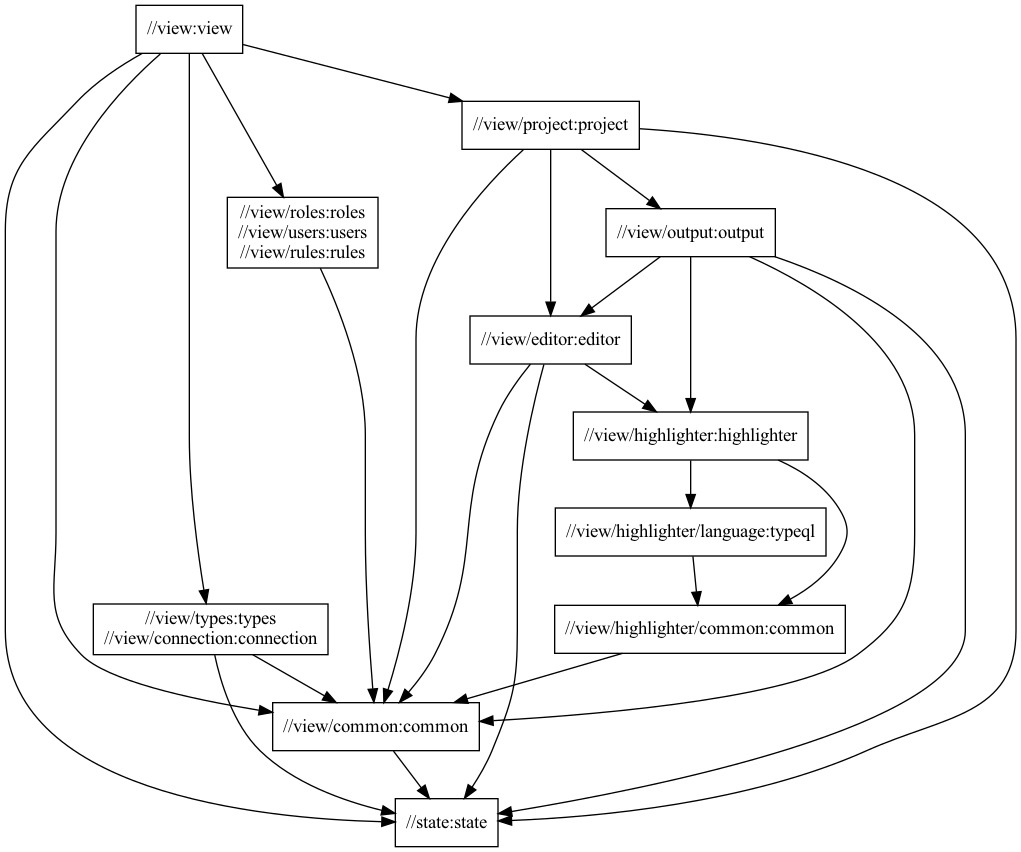
Earlier version of the Graphviz export docs/view-package-structure.png (typedb/typedb-studio). Its source is kept beside it as docs/view-package-structure.dot.
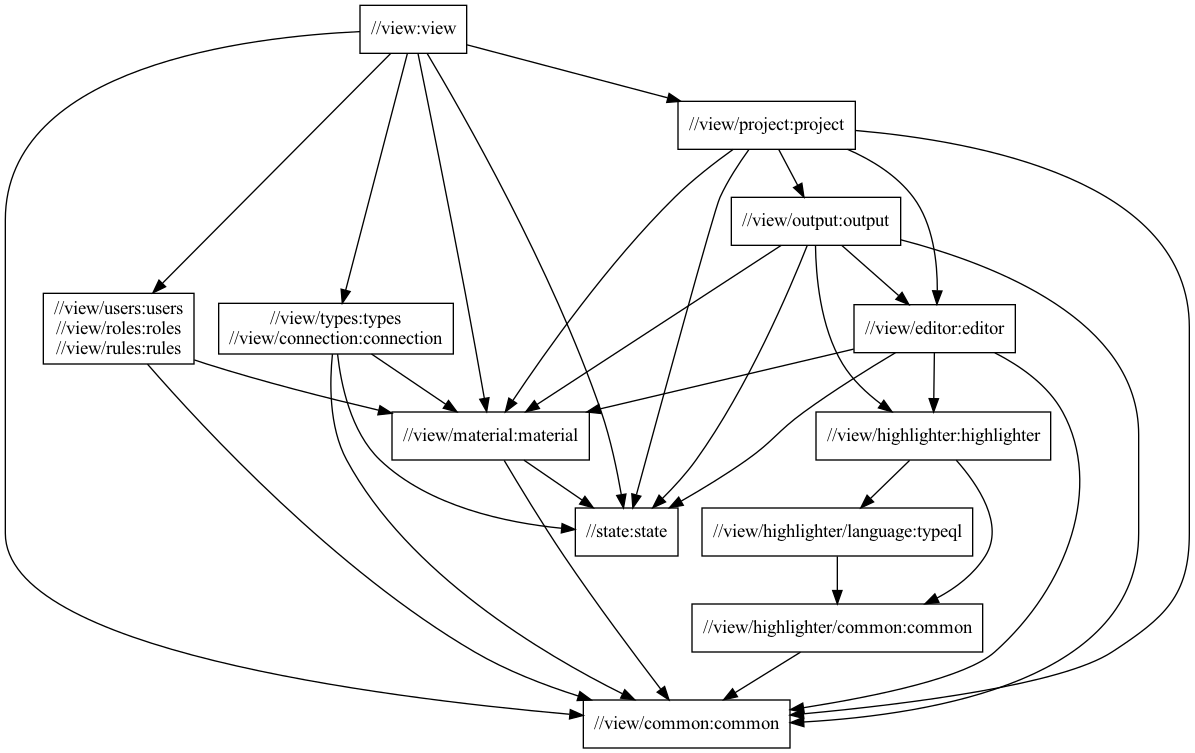
Above is the later version.

What changed in the source:
```diff
@@ -3,36 +3,44 @@
   "//view:view"
   "//view:view" -> "//view/common:common"
   "//view:view" -> "//view/types:types\n//view/connection:connection"
+  "//view:view" -> "//view/material:material"
   "//view:view" -> "//view/project:project"
-  "//view:view" -> "//view/roles:roles\n//view/users:users\n//view/rules:rules"
+  "//view:view" -> "//view/users:users\n//view/roles:roles\n//view/rules:rules"
   "//view:view" -> "//state:state"
-  "//view/roles:roles\n//view/users:users\n//view/rules:rules"
-  "//view/roles:roles\n//view/users:users\n//view/rules:rules" -> "//view/common:common"
+  "//view/users:users\n//view/roles:roles\n//view/rules:rules"
+  "//view/users:users\n//view/roles:roles\n//view/rules:rules" -> "//view/common:common"
+  "//view/users:users\n//view/roles:roles\n//view/rules:rules" -> "//view/material:material"
+  "//view/types:types\n//view/connection:connection"
+  "//view/types:types\n//view/connection:connection" -> "//view/common:common"
+  "//view/types:types\n//view/connection:connection" -> "//view/material:material"
+  "//view/types:types\n//view/connection:connection" -> "//state:state"
   "//view/project:project"
   "//view/project:project" -> "//view/common:common"
   "//view/project:project" -> "//view/editor:editor"
+  "//view/project:project" -> "//view/material:material"
   "//view/project:project" -> "//view/output:output"
   "//view/project:project" -> "//state:state"
   "//view/output:output"
   "//view/output:output" -> "//view/common:common"
   "//view/output:output" -> "//view/editor:editor"
   "//view/output:output" -> "//view/highlighter:highlighter"
+  "//view/output:output" -> "//view/material:material"
   "//view/output:output" -> "//state:state"
   "//view/editor:editor"
   "//view/editor:editor" -> "//view/common:common"
   "//view/editor:editor" -> "//view/highlighter:highlighter"
+  "//view/editor:editor" -> "//view/material:material"
   "//view/editor:editor" -> "//state:state"
+  "//view/material:material"
+  "//view/material:material" -> "//view/common:common"
+  "//view/material:material" -> "//state:state"
+  "//state:state"
   "//view/highlighter:highlighter"
   "//view/highlighter:highlighter" -> "//view/highlighter/common:common"
   "//view/highlighter:highlighter" -> "//view/highlighter/language:typeql"
-  "//view/types:types\n//view/connection:connection"
-  "//view/types:types\n//view/connection:connection" -> "//view/common:common"
-  "//view/types:types\n//view/connection:connection" -> "//state:state"
   "//view/highlighter/language:typeql"
   "//view/highlighter/language:typeql" -> "//view/highlighter/common:common"
   "//view/highlighter/common:common"
   "//view/highlighter/common:common" -> "//view/common:common"
   "//view/common:common"
-  "//view/common:common" -> "//state:state"
-  "//state:state"
 }
```
